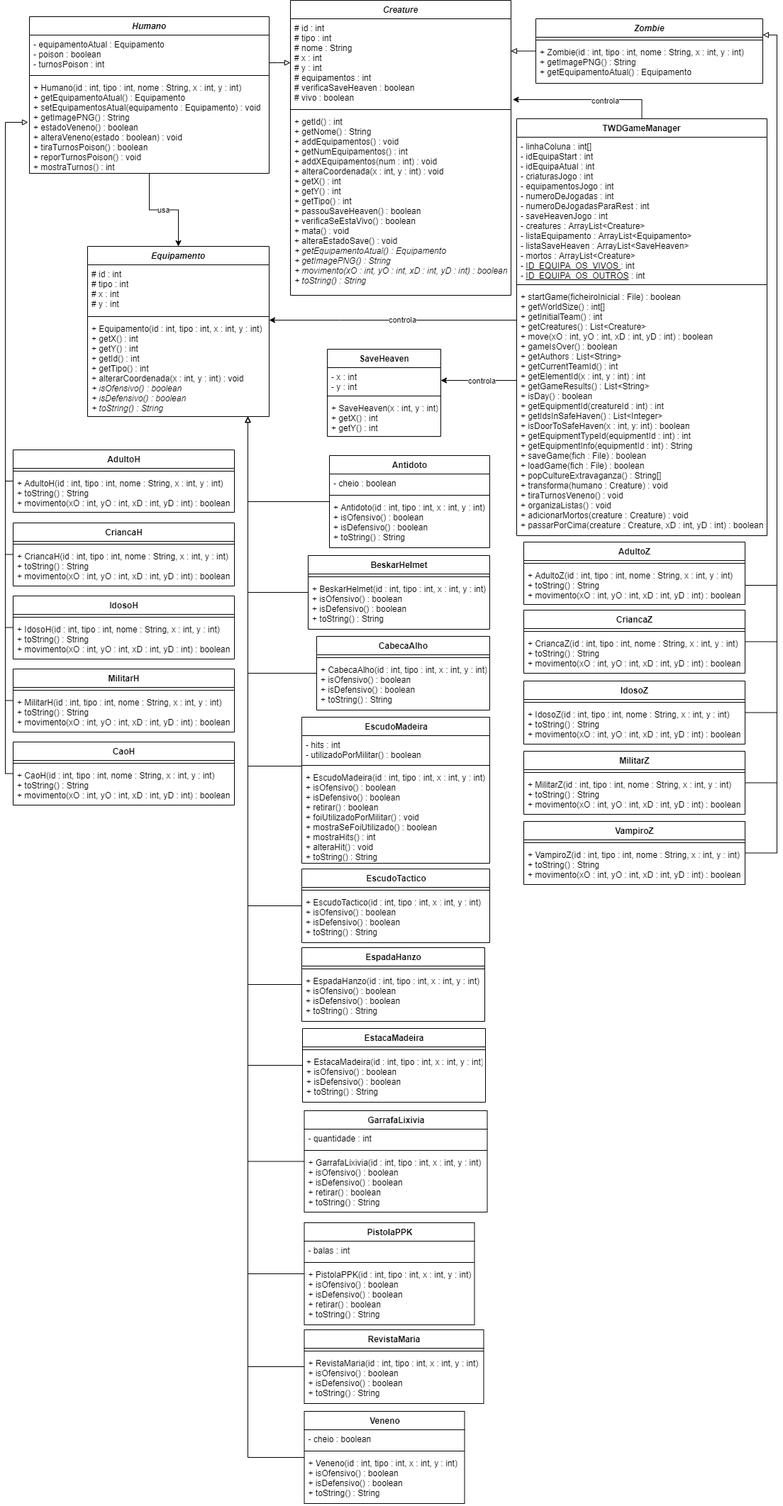
Earlier version of the draw.io export diagrama.png (Pedro-Costa-Uni-Projects/LP2-21904825_21904536). Source tidied: cells renumbered, new cells last; positions are measured from the earlier drawing's top-left corner, leaving out a move shared by most shapes.
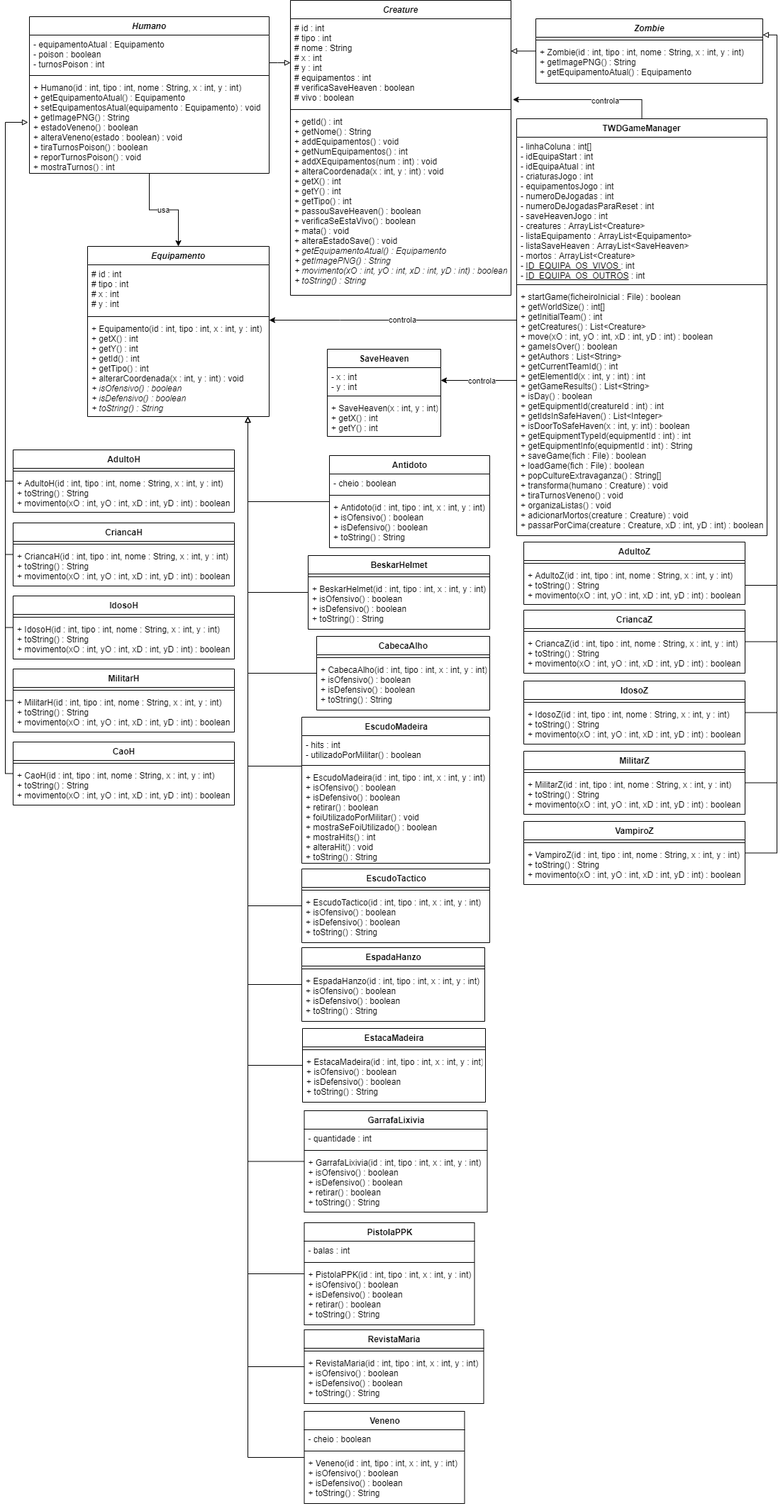
After the change.

What changed in the source:
```diff
@@ -81,7 +81,7 @@
     <mxCell id="21" value="TWDGameManager" style="swimlane;fontStyle=1;align=center;verticalAlign=top;horizontal=1;startSize=26;" parent="1" vertex="1">
       <mxGeometry x="721" y="167" width="353" height="588" as="geometry" />
     </mxCell>
-    <mxCell id="22" value="- linhaColuna : int[]&lt;br&gt;- idEquipaStart : int&lt;br&gt;- idEquipaAtual : int&lt;br&gt;- criaturasJogo : int&lt;br&gt;- equipamentosJogo : int&lt;br&gt;- numeroDeJogadas : int&lt;br&gt;- numeroDeJogadasParaRest : int&lt;br&gt;- saveHeavenJogo : int&lt;br&gt;- creatures : ArrayList&amp;lt;Creature&amp;gt;&lt;br&gt;- listaEquipamento : ArrayList&amp;lt;Equipamento&amp;gt;&lt;br&gt;- listaSaveHeaven : ArrayList&amp;lt;SaveHeaven&amp;gt;&lt;br&gt;- mortos : ArrayList&amp;lt;Creature&amp;gt;&lt;br&gt;- &lt;u&gt;ID_EQUIPA_OS_VIVOS &lt;/u&gt;: int&lt;br&gt;- &lt;u&gt;ID_EQUIPA_OS_OUTROS&lt;/u&gt; : int" style="text;strokeColor=none;fillColor=none;align=left;verticalAlign=top;spacingLeft=4;spacingRight=4;overflow=hidden;html=1;" parent="21" vertex="1">
+    <mxCell id="22" value="- linhaColuna : int[]&lt;br&gt;- idEquipaStart : int&lt;br&gt;- idEquipaAtual : int&lt;br&gt;- criaturasJogo : int&lt;br&gt;- equipamentosJogo : int&lt;br&gt;- numeroDeJogadas : int&lt;br&gt;- numeroDeJogadasParaReset : int&lt;br&gt;- saveHeavenJogo : int&lt;br&gt;- creatures : ArrayList&amp;lt;Creature&amp;gt;&lt;br&gt;- listaEquipamento : ArrayList&amp;lt;Equipamento&amp;gt;&lt;br&gt;- listaSaveHeaven : ArrayList&amp;lt;SaveHeaven&amp;gt;&lt;br&gt;- mortos : ArrayList&amp;lt;Creature&amp;gt;&lt;br&gt;- &lt;u&gt;ID_EQUIPA_OS_VIVOS &lt;/u&gt;: int&lt;br&gt;- &lt;u&gt;ID_EQUIPA_OS_OUTROS&lt;/u&gt; : int" style="text;strokeColor=none;fillColor=none;align=left;verticalAlign=top;spacingLeft=4;spacingRight=4;overflow=hidden;html=1;" parent="21" vertex="1">
       <mxGeometry y="26" width="353" height="204" as="geometry" />
     </mxCell>
     <mxCell id="23" style="line;strokeWidth=1;fillColor=none;align=left;verticalAlign=middle;spacingTop=-1;spacingLeft=3;spacingRight=3;labelPosition=right;" parent="21" vertex="1">
```
